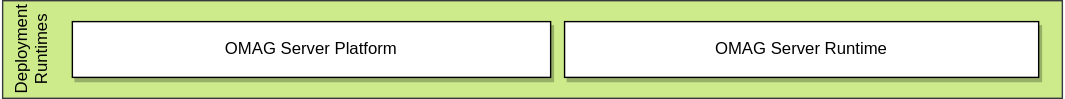
This is site/docs/release-notes/deployment-runtimes-functional-detail.svg from odpi/egeria-docs, a draw.io export, as it was before one commit. Source tidied: cells renumbered, new cells last; positions are measured from the earlier drawing's top-left corner, leaving out a move shared by most shapes.
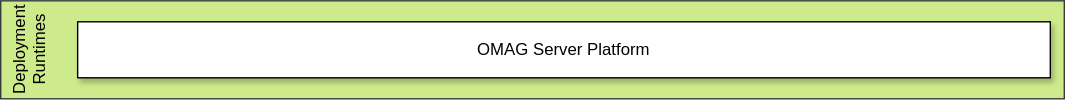
Later version of the same file.

What changed in the source:
```diff
@@ -3,13 +3,10 @@
     <mxCell id="0" />
     <mxCell id="1" parent="0" />
     <mxCell id="2" value="Deployment Runtimes" style="rounded=0;whiteSpace=wrap;html=1;horizontal=0;verticalAlign=top;fillColor=#cdeb8b;strokeColor=#36393d;" parent="1" vertex="1">
-      <mxGeometry width="760" height="70" as="geometry" />
+      <mxGeometry x="1621" y="81" width="760" height="70" as="geometry" />
     </mxCell>
-    <mxCell id="3" value="OMAG Server Runtime" style="rounded=0;whiteSpace=wrap;html=1;align=center;shadow=1;" parent="1" vertex="1">
-      <mxGeometry x="403" y="15" width="340" height="40" as="geometry" />
+    <mxCell id="3" value="OMAG Server Platform" style="rounded=0;whiteSpace=wrap;html=1;align=center;shadow=1;" parent="1" vertex="1">
+      <mxGeometry x="1676" y="96" width="695" height="40" as="geometry" />
     </mxCell>
-    <mxCell id="4" value="OMAG Server Platform" style="rounded=0;whiteSpace=wrap;html=1;align=center;shadow=1;" parent="1" vertex="1">
-      <mxGeometry x="50" y="15" width="343" height="40" as="geometry" />
-    </mxCell>
   </root>
 </mxGraphModel>
```
